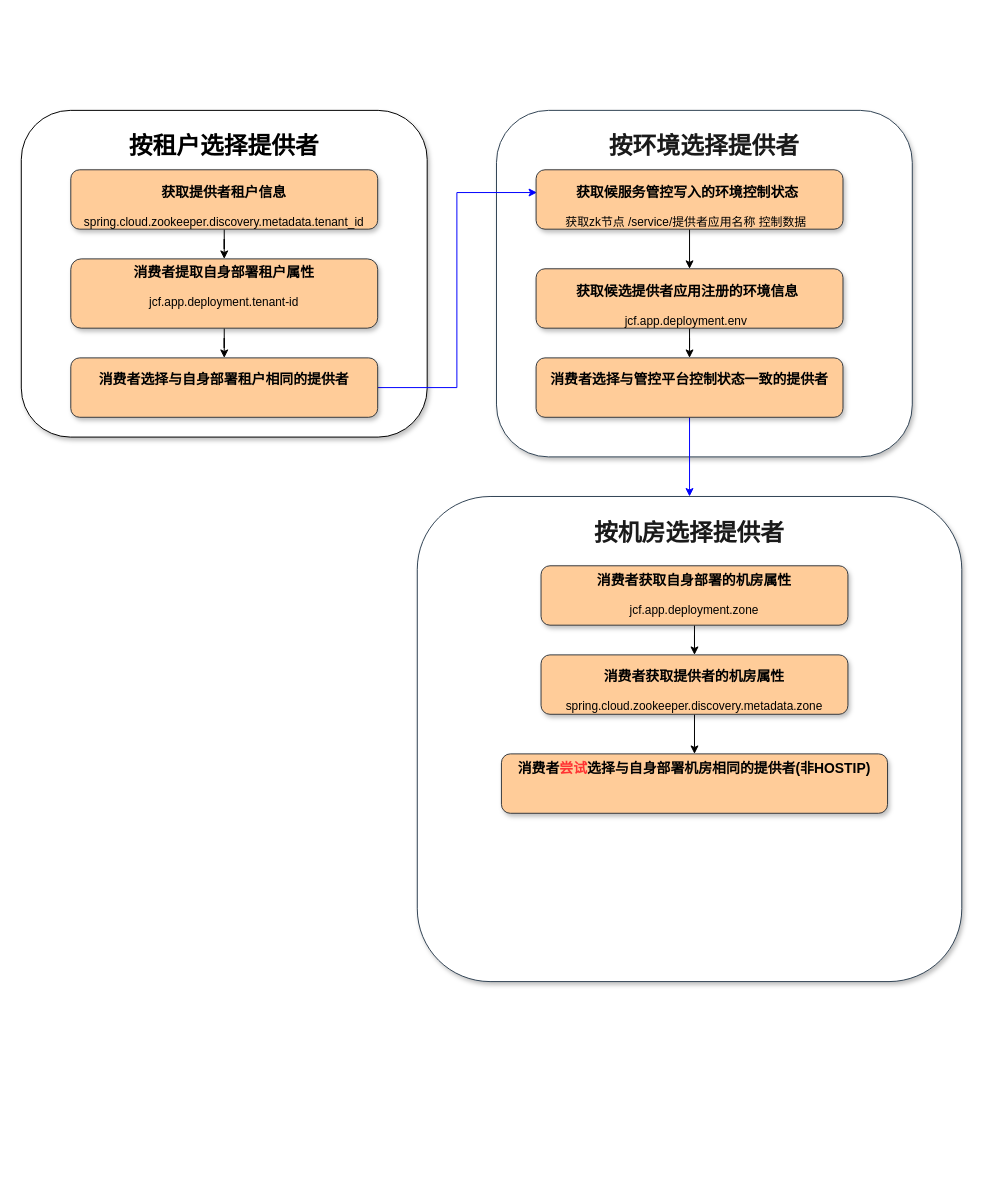
The draw.io diagram 分布式超时测试流程.drawio in qymmdj/jcf3-document, before the edit. Source tidied: cells renumbered, new cells numbered last; positions are measured from the earlier drawing's top-left corner, leaving out a move shared by most shapes. Both pictures are drawn from the tidied source at 99%, with x=0, y=0 at pixel (21, 110).
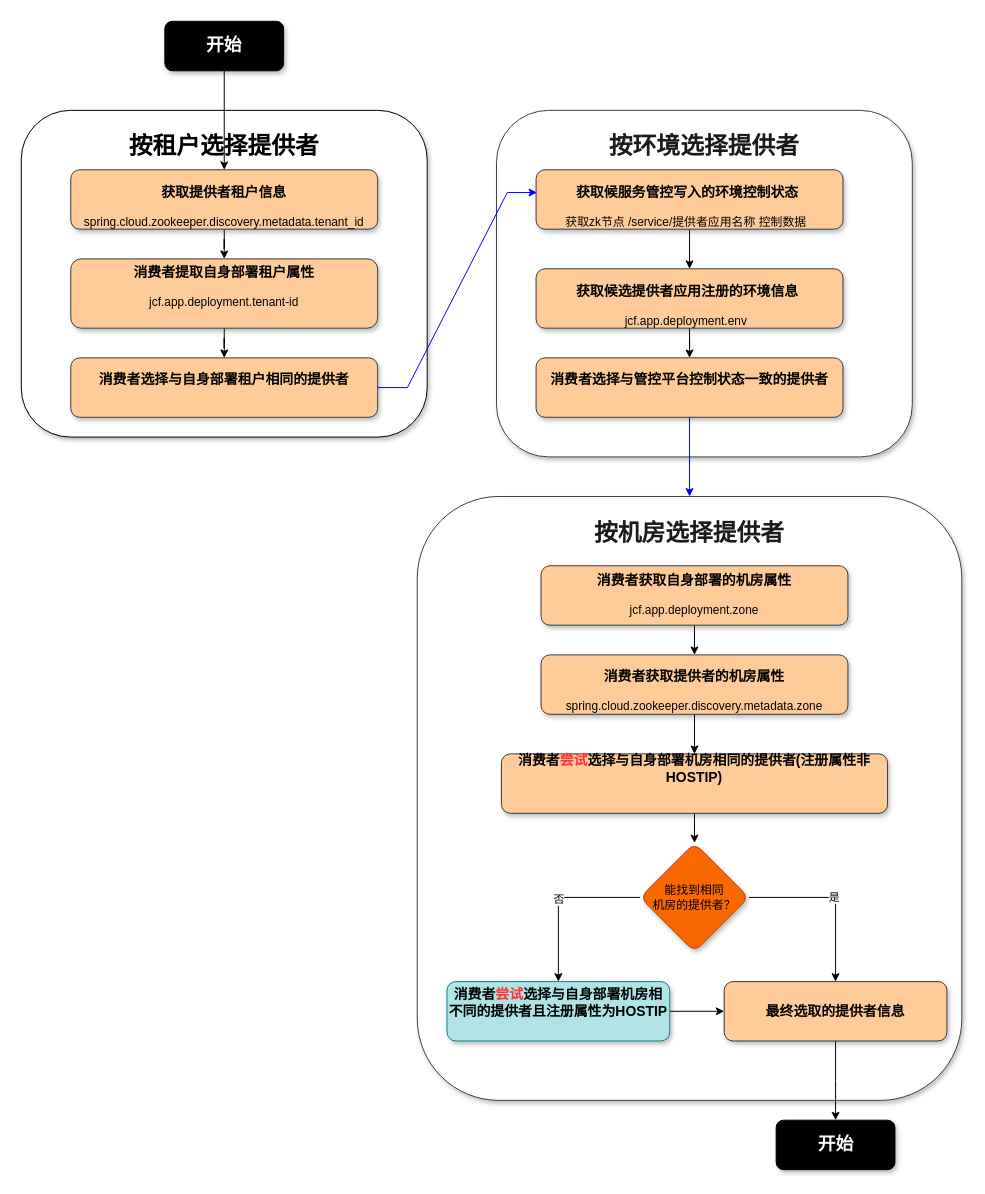
The same page after the edit.

Commit message:
Update 分布式超时测试流程.drawio

The change refers to these unchanged cells:
```xml
<mxCell id="5" value="&lt;h3&gt;&lt;span&gt;获取提供者租户信息&lt;/span&gt;&lt;/h3&gt;&lt;span&gt;spring.cloud.zookeeper.discovery.metadata.tenant_id&lt;br&gt;&lt;/span&gt;" style="rounded=1;whiteSpace=wrap;html=1;shadow=1;fillColor=#ffcc99;strokeColor=#36393d;" parent="1" vertex="1">
  <mxGeometry x="50" y="60" width="310" height="60" as="geometry" />
</mxCell>
<mxCell id="9" value="&lt;h3&gt;消费者选择与自身部署租户相同的提供者&lt;/h3&gt;&lt;span&gt;&lt;font color=&quot;rgba(0, 0, 0, 0)&quot; face=&quot;monospace&quot;&gt;&lt;span style=&quot;font-size: 0px&quot;&gt;.app.deployment.tenant-id&lt;/span&gt;&lt;/font&gt;&lt;br&gt;&lt;/span&gt;" style="rounded=1;whiteSpace=wrap;html=1;shadow=1;fillColor=#ffcc99;strokeColor=#36393d;" parent="1" vertex="1">
  <mxGeometry x="50" y="250" width="310" height="60" as="geometry" />
</mxCell>
<mxCell id="11" value="&lt;h3&gt;&lt;/h3&gt;&lt;h3&gt;&lt;span&gt;获取候服务管控写入的环境控制状态&lt;/span&gt;&amp;nbsp;&lt;/h3&gt;获取zk节点 /service/提供者应用名称&amp;nbsp;&lt;span&gt;控制数据&amp;nbsp;&amp;nbsp;&lt;/span&gt;" style="rounded=1;whiteSpace=wrap;html=1;shadow=1;fillColor=#ffcc99;strokeColor=#36393d;" parent="1" vertex="1">
  <mxGeometry x="520" y="60" width="310" height="60" as="geometry" />
</mxCell>
```

Diff of the diagram source:
```diff
@@
-    <mxCell id="8" style="edgeStyle=orthogonalEdgeStyle;rounded=0;jettySize=auto;html=1;entryX=0.003;entryY=0.383;entryDx=0;entryDy=0;entryPerimeter=0;strokeColor=#0000FF;" parent="1" edge="1" source="9" target="11">
+    <mxCell id="8" style="edgeStyle=entityRelationEdgeStyle;rounded=0;jettySize=auto;html=1;entryX=0.003;entryY=0.383;entryDx=0;entryDy=0;entryPerimeter=0;strokeColor=#0000FF;" parent="1" edge="1" source="9" target="11">
       <mxGeometry relative="1" as="geometry" />
     </mxCell>
@@
     <mxCell id="16" value="&lt;h1&gt;&lt;font color=&quot;#1a1a1a&quot;&gt;按机房选择提供者&lt;/font&gt;&lt;/h1&gt;" style="rounded=1;whiteSpace=wrap;html=1;shadow=1;align=center;strokeColor=#314354;fontColor=#ffffff;fillColor=#FFFFFF;verticalAlign=top;" parent="1" vertex="1">
-      <mxGeometry x="400" y="390" width="550" height="490" as="geometry" />
+      <mxGeometry x="400" y="390" width="550" height="610" as="geometry" />
     </mxCell>
@@
+    <mxCell id="22" style="edgeStyle=orthogonalEdgeStyle;rounded=0;jettySize=auto;html=1;strokeColor=#000000;" parent="1" edge="1" source="21" target="25">
+      <mxGeometry relative="1" as="geometry" />
+    </mxCell>
-    <mxCell id="21" value="&lt;h3&gt;&lt;/h3&gt;&lt;h3&gt;消费者&lt;font color=&quot;#ff3333&quot;&gt;尝试&lt;/font&gt;选择与自身部署机房相同的提供者(非HOSTIP)&lt;/h3&gt;&lt;br&gt;&lt;font color=&quot;rgba(0, 0, 0, 0)&quot; face=&quot;monospace&quot;&gt;&lt;span style=&quot;font-size: 0px&quot;&gt;.app.deployment.tenant-id&lt;/span&gt;&lt;/font&gt;&lt;span&gt;&lt;br&gt;&lt;/span&gt;" style="rounded=1;whiteSpace=wrap;html=1;shadow=1;fillColor=#ffcc99;strokeColor=#36393d;" parent="1" vertex="1">
+    <mxCell id="21" value="&lt;h3&gt;&lt;/h3&gt;&lt;h3&gt;消费者&lt;font color=&quot;#ff3333&quot;&gt;尝试&lt;/font&gt;选择与自身部署机房相同的提供者(注册属性非HOSTIP)&lt;/h3&gt;&lt;br&gt;&lt;font color=&quot;rgba(0, 0, 0, 0)&quot; face=&quot;monospace&quot;&gt;&lt;span style=&quot;font-size: 0px&quot;&gt;.app.deployment.tenant-id&lt;/span&gt;&lt;/font&gt;&lt;span&gt;&lt;br&gt;&lt;/span&gt;" style="rounded=1;whiteSpace=wrap;html=1;shadow=1;fillColor=#ffcc99;strokeColor=#36393d;" parent="1" vertex="1">
       <mxGeometry x="485" y="650" width="390" height="60" as="geometry" />
     </mxCell>
+    <mxCell id="23" value="是" style="edgeStyle=orthogonalEdgeStyle;rounded=0;jettySize=auto;html=1;strokeColor=#000000;exitX=1;exitY=0.5;exitDx=0;exitDy=0;" parent="1" edge="1" source="25" target="30">
+      <mxGeometry relative="1" as="geometry" />
+    </mxCell>
+    <mxCell id="24" value="否" style="edgeStyle=orthogonalEdgeStyle;rounded=0;jettySize=auto;html=1;strokeColor=#000000;exitX=0;exitY=0.5;exitDx=0;exitDy=0;" parent="1" edge="1" source="25" target="32">
+      <mxGeometry relative="1" as="geometry" />
+    </mxCell>
+    <mxCell id="25" value="能找到相同&lt;br&gt;机房的提供者？" style="rhombus;whiteSpace=wrap;html=1;rounded=1;shadow=1;fillColor=#fa6800;align=center;verticalAlign=middle;strokeColor=#C73500;fontColor=#000000;" parent="1" vertex="1">
+      <mxGeometry x="625" y="740" width="110" height="110" as="geometry" />
+    </mxCell>
+    <mxCell id="26" style="edgeStyle=orthogonalEdgeStyle;rounded=0;jettySize=auto;html=1;strokeColor=#000000;" parent="1" edge="1" source="27" target="5">
+      <mxGeometry relative="1" as="geometry" />
+    </mxCell>
+    <mxCell id="27" value="&lt;h2&gt;&lt;font color=&quot;#ffffff&quot;&gt;开始&lt;/font&gt;&lt;/h2&gt;" style="rounded=1;whiteSpace=wrap;html=1;shadow=1;gradientColor=none;align=center;verticalAlign=middle;fillColor=#000000;" parent="1" vertex="1">
+      <mxGeometry x="145" y="-90" width="120" height="50" as="geometry" />
+    </mxCell>
+    <mxCell id="28" value="&lt;h2&gt;&lt;font color=&quot;#ffffff&quot;&gt;开始&lt;/font&gt;&lt;/h2&gt;" style="rounded=1;whiteSpace=wrap;html=1;shadow=1;gradientColor=none;align=center;verticalAlign=middle;fillColor=#000000;" parent="1" vertex="1">
+      <mxGeometry x="762.5" y="1020" width="120" height="50" as="geometry" />
+    </mxCell>
+    <mxCell id="29" style="edgeStyle=orthogonalEdgeStyle;rounded=0;jettySize=auto;html=1;strokeColor=#000000;" parent="1" edge="1" source="30">
+      <mxGeometry relative="1" as="geometry">
+        <mxPoint x="822.5" y="1020" as="targetPoint" />
+      </mxGeometry>
+    </mxCell>
+    <mxCell id="30" value="&lt;h3&gt;&lt;/h3&gt;&lt;h3&gt;&lt;/h3&gt;&lt;h3&gt;&lt;span&gt;最终选取的提供者信息&lt;/span&gt;&lt;/h3&gt;" style="rounded=1;whiteSpace=wrap;html=1;shadow=1;fillColor=#ffcc99;strokeColor=#36393d;" parent="1" vertex="1">
+      <mxGeometry x="710" y="880" width="225" height="60" as="geometry" />
+    </mxCell>
+    <mxCell id="31" style="edgeStyle=orthogonalEdgeStyle;rounded=0;jettySize=auto;html=1;strokeColor=#000000;" parent="1" edge="1" source="32" target="30">
+      <mxGeometry relative="1" as="geometry" />
+    </mxCell>
+    <mxCell id="32" value="&lt;h3&gt;&lt;/h3&gt;&lt;h3&gt;&lt;/h3&gt;&lt;h3&gt;&lt;br&gt;&lt;/h3&gt;&lt;h3&gt;消费者&lt;font color=&quot;#ff3333&quot;&gt;尝试&lt;/font&gt;选择与自身部署机房相不同的提供者且注册属性为HOSTIP&lt;/h3&gt;&lt;h3&gt;&lt;br style=&quot;font-size: 12px ; font-weight: 400&quot;&gt;&lt;font color=&quot;rgba(0, 0, 0, 0)&quot; face=&quot;monospace&quot; style=&quot;font-size: 12px ; font-weight: 400&quot;&gt;&lt;span style=&quot;font-size: 0px&quot;&gt;.app.deployment.tenant-id&lt;/span&gt;&lt;/font&gt;&lt;br&gt;&lt;/h3&gt;" style="rounded=1;whiteSpace=wrap;html=1;shadow=1;fillColor=#b0e3e6;strokeColor=#0e8088;" parent="1" vertex="1">
+      <mxGeometry x="430" y="880" width="225" height="60" as="geometry" />
+    </mxCell>
```
